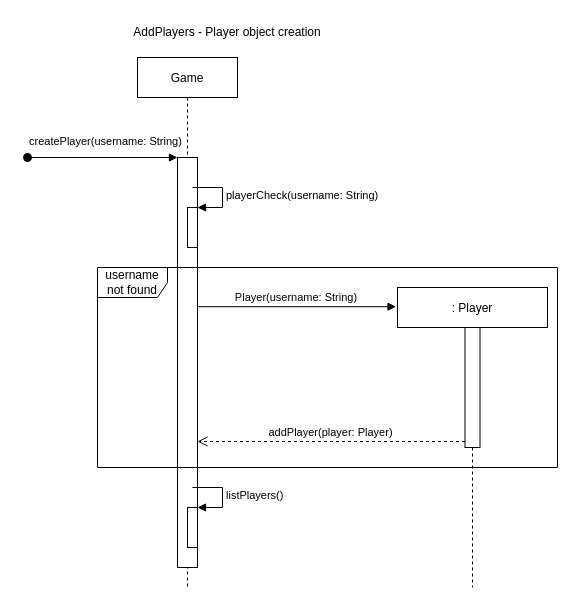
The draw.io diagram Diagrams/Sequence Diagrams/TheGooseGame_SD_addPlayers.drawio in diegorodolfofranco/the-goose-game, before the edit. Source tidied: cells renumbered, new cells numbered last; positions are measured from the earlier drawing's top-left corner, leaving out a move shared by most shapes. Both pictures are drawn from the tidied source at 100%, with x=0, y=0 at pixel (27, 17).
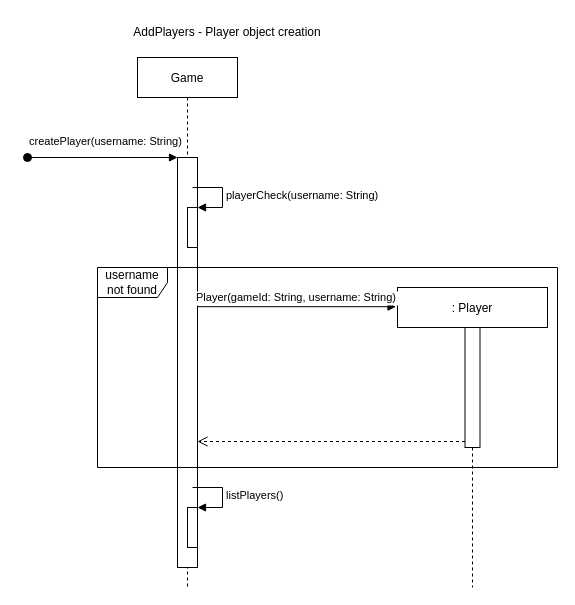
The same diagram, later.

Commit message (it also covers changes not shown here):
Updated code and diagrams

The edit, as a diff of the source:
```diff
@@
 <mxGraphModel>
   <root>
     <mxCell id="0" />
     <mxCell id="1" parent="0" />
     <mxCell id="2" value="Game" style="shape=umlLifeline;perimeter=lifelinePerimeter;rounded=0;shadow=0;strokeWidth=1;" parent="1" vertex="1">
       <mxGeometry x="110" y="40" width="100" height="530" as="geometry" />
     </mxCell>
     <mxCell id="3" style="points=[];perimeter=orthogonalPerimeter;rounded=0;shadow=0;strokeWidth=1;" parent="2" vertex="1">
       <mxGeometry x="40" y="100" width="20" height="410" as="geometry" />
     </mxCell>
     <mxCell id="4" style="verticalAlign=bottom;startArrow=oval;endArrow=block;startSize=8;shadow=0;strokeWidth=1;" parent="2" edge="1" target="3">
       <mxGeometry x="-0.5" y="10" relative="1" as="geometry">
         <mxPoint x="-110" y="100" as="sourcePoint" />
       </mxGeometry>
     </mxCell>
     <mxCell id="5" style="html=1;points=[];perimeter=orthogonalPerimeter;shadow=0;" parent="2" vertex="1">
       <mxGeometry x="50" y="150" width="10" height="40" as="geometry" />
     </mxCell>
     <mxCell id="6" value="playerCheck(username: String)" style="edgeStyle=orthogonalEdgeStyle;html=1;align=left;spacingLeft=2;endArrow=block;rounded=0;entryX=1;entryY=0;" parent="2" edge="1" target="5">
       <mxGeometry relative="1" as="geometry">
         <mxPoint x="55" y="130" as="sourcePoint" />
         <Array as="points">
           <mxPoint x="85" y="130" />
         </Array>
       </mxGeometry>
     </mxCell>
     <mxCell id="7" style="html=1;points=[];perimeter=orthogonalPerimeter;shadow=0;" parent="2" vertex="1">
       <mxGeometry x="50" y="450" width="10" height="40" as="geometry" />
     </mxCell>
     <mxCell id="8" value="listPlayers()" style="edgeStyle=orthogonalEdgeStyle;html=1;align=left;spacingLeft=2;endArrow=block;rounded=0;entryX=1;entryY=0;" parent="2" edge="1" target="7">
       <mxGeometry relative="1" as="geometry">
         <mxPoint x="55" y="430" as="sourcePoint" />
         <Array as="points">
           <mxPoint x="85" y="430" />
         </Array>
       </mxGeometry>
     </mxCell>
     <mxCell id="9" value="username not found" style="shape=umlFrame;whiteSpace=wrap;html=1;shadow=0;width=70;height=30;" parent="2" vertex="1">
       <mxGeometry x="-40" y="210" width="460" height="200" as="geometry" />
     </mxCell>
     <mxCell id="10" value=": Player" style="shape=umlLifeline;perimeter=lifelinePerimeter;rounded=0;shadow=0;strokeWidth=1;" parent="1" vertex="1">
       <mxGeometry x="370" y="270" width="150" height="300" as="geometry" />
     </mxCell>
     <mxCell id="11" style="points=[];perimeter=orthogonalPerimeter;rounded=0;shadow=0;strokeWidth=1;" parent="10" vertex="1">
       <mxGeometry x="67.5" y="40" width="15" height="120" as="geometry" />
     </mxCell>
-    <mxCell id="12" value="addPlayer(player: Player)" style="verticalAlign=bottom;endArrow=open;dashed=1;endSize=8;exitX=0;exitY=0.95;shadow=0;strokeWidth=1;" parent="1" edge="1" source="11" target="3">
+    <mxCell id="12" style="verticalAlign=bottom;endArrow=open;dashed=1;endSize=8;exitX=0;exitY=0.95;shadow=0;strokeWidth=1;" parent="1" edge="1" source="11" target="3">
       <mxGeometry relative="1" as="geometry" />
     </mxCell>
-    <mxCell id="13" value="Player(username: String)" style="verticalAlign=bottom;endArrow=block;entryX=-0.01;entryY=0.064;shadow=0;strokeWidth=1;entryDx=0;entryDy=0;entryPerimeter=0;" parent="1" edge="1" source="3" target="10">
+    <mxCell id="13" value="Player(gameId: String, username: String)" style="verticalAlign=bottom;endArrow=block;entryX=-0.01;entryY=0.064;shadow=0;strokeWidth=1;entryDx=0;entryDy=0;entryPerimeter=0;" parent="1" edge="1" source="3" target="10">
       <mxGeometry relative="1" as="geometry" />
     </mxCell>
     <mxCell id="14" value="AddPlayers - Player object creation" style="text;html=1;strokeColor=none;fillColor=none;align=center;verticalAlign=middle;whiteSpace=wrap;rounded=0;" parent="1" vertex="1">
       <mxGeometry x="70" width="260" height="30" as="geometry" />
     </mxCell>
     <mxCell id="15" value="&lt;span style=&quot;color: rgb(0, 0, 0); font-family: Helvetica; font-size: 11px; font-style: normal; font-variant-ligatures: normal; font-variant-caps: normal; font-weight: 400; letter-spacing: normal; orphans: 2; text-align: center; text-indent: 0px; text-transform: none; widows: 2; word-spacing: 0px; -webkit-text-stroke-width: 0px; background-color: rgb(255, 255, 255); text-decoration-thickness: initial; text-decoration-style: initial; text-decoration-color: initial; float: none; display: inline !important;&quot;&gt;createPlayer(username: String)&lt;/span&gt;" style="text;whiteSpace=wrap;html=1;" parent="1" vertex="1">
       <mxGeometry y="110" width="160" height="40" as="geometry" />
     </mxCell>
   </root>
 </mxGraphModel>
```
